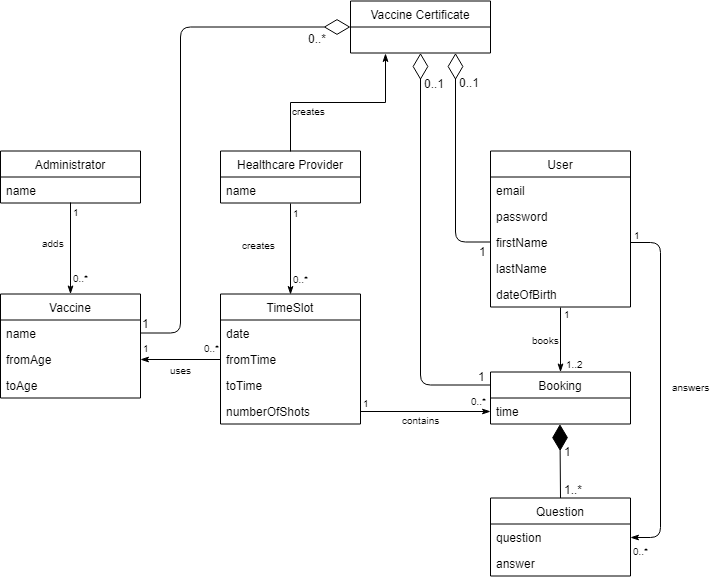
Earlier version of the draw.io export docs/report src/class diagram.png (SWEN900072021/SDA8-Covid-Vaccine-Reservation). Source tidied: cells renumbered, new cells last; positions are measured from the earlier drawing's top-left corner, leaving out a move shared by most shapes.
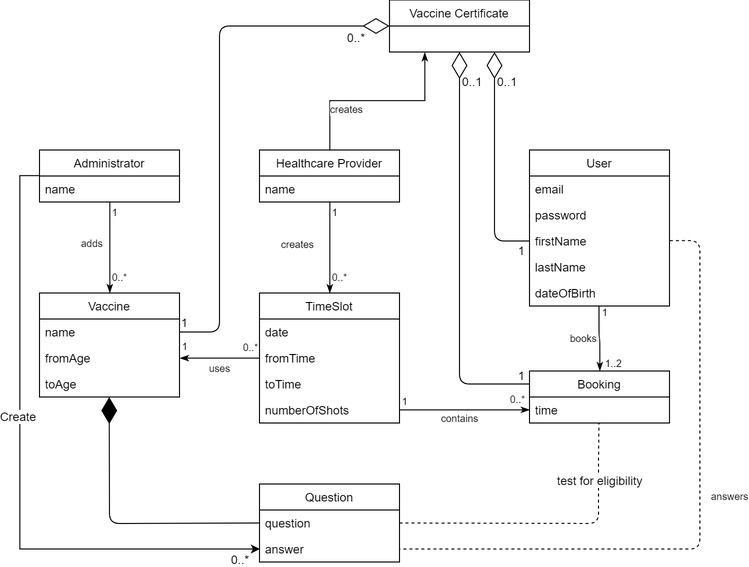
Later version of the same file.

Commit message:
update domain model

Diff of the diagram source:
```diff
@@ -2,6 +2,17 @@
   <root>
     <mxCell id="0" />
     <mxCell id="1" parent="0" />
+    <mxCell id="63" style="edgeStyle=orthogonalEdgeStyle;rounded=0;jettySize=auto;html=1;exitX=0;exitY=0.5;exitDx=0;exitDy=0;entryX=0;entryY=0.5;entryDx=0;entryDy=0;" parent="1" edge="1" source="2" target="27">
+      <mxGeometry relative="1" as="geometry" />
+    </mxCell>
+    <mxCell id="64" value="Create" style="text;html=1;align=center;verticalAlign=middle;labelBackgroundColor=#ffffff;" parent="63" vertex="1">
+      <mxGeometry x="-0.18" y="-2" relative="1" as="geometry" />
+    </mxCell>
+    <mxCell id="44" value="0..*" style="text;html=1;align=center;verticalAlign=middle;labelBackgroundColor=#ffffff;" parent="63" vertex="1">
+      <mxGeometry x="0.91" y="1" relative="1" as="geometry">
+        <mxPoint x="7.5" y="11.5" as="offset" />
+      </mxGeometry>
+    </mxCell>
     <mxCell id="2" value="Administrator" style="swimlane;fontStyle=0;horizontal=1;startSize=26;fillColor=none;" parent="1" vertex="1">
       <mxGeometry y="150.5" width="140" height="52" as="geometry" />
     </mxCell>
@@ -74,7 +85,7 @@
       <mxGeometry y="26" width="140" height="26" as="geometry" />
     </mxCell>
     <mxCell id="25" value="Question" style="swimlane;fontStyle=0;horizontal=1;startSize=26;fillColor=none;" parent="1" vertex="1">
-      <mxGeometry x="490" y="497.5" width="140" height="78" as="geometry" />
+      <mxGeometry x="220" y="484.5" width="140" height="78" as="geometry" />
     </mxCell>
     <mxCell id="26" value="question" style="text;strokeColor=none;fillColor=none;align=left;verticalAlign=top;spacingLeft=4;spacingRight=4;overflow=hidden;points=[[0,0.5],[1,0.5]];portConstraint=eastwest;" parent="25" vertex="1">
       <mxGeometry y="26" width="140" height="26" as="geometry" />
@@ -144,42 +155,32 @@
         <mxPoint x="-16" y="5.5" as="offset" />
       </mxGeometry>
     </mxCell>
-    <mxCell id="42" style="endArrow=classicThin;endFill=1;html=1;edgeStyle=orthogonalEdgeStyle;align=left;verticalAlign=top;exitX=1;exitY=0.5;exitDx=0;exitDy=0;" parent="1" edge="1" source="7" target="26">
+    <mxCell id="42" style="endArrow=none;endFill=0;html=1;edgeStyle=orthogonalEdgeStyle;align=left;verticalAlign=top;exitX=1;exitY=0.5;exitDx=0;exitDy=0;entryX=1;entryY=0.5;entryDx=0;entryDy=0;dashed=1;" parent="1" edge="1" source="7" target="27">
       <mxGeometry y="12" relative="1" as="geometry">
         <Array as="points">
-          <mxPoint x="660" y="241.5" />
-          <mxPoint x="660" y="536.5" />
+          <mxPoint x="660" y="241" />
+          <mxPoint x="660" y="550" />
         </Array>
       </mxGeometry>
     </mxCell>
-    <mxCell id="43" value="1" style="html=1;align=left;verticalAlign=bottom;labelBackgroundColor=#ffffff;fontSize=10;" parent="42" vertex="1">
-      <mxGeometry x="-1" relative="1" as="geometry">
-        <mxPoint x="1" y="1" as="offset" />
-      </mxGeometry>
-    </mxCell>
-    <mxCell id="44" value="&lt;font size=&quot;1&quot;&gt;0..*&lt;/font&gt;" style="text;html=1;align=center;verticalAlign=middle;labelBackgroundColor=#ffffff;" parent="42" vertex="1">
-      <mxGeometry x="0.66" y="1" relative="1" as="geometry">
-        <mxPoint x="-21" y="43" as="offset" />
-      </mxGeometry>
-    </mxCell>
     <mxCell id="45" value="&lt;span style=&quot;font-size: 10px&quot;&gt;answers&lt;/span&gt;" style="text;html=1;align=center;verticalAlign=middle;labelBackgroundColor=#ffffff;" parent="42" vertex="1">
       <mxGeometry x="-0.21" y="1" relative="1" as="geometry">
         <mxPoint x="29" y="32" as="offset" />
       </mxGeometry>
     </mxCell>
-    <mxCell id="46" style="endArrow=diamondThin;endFill=1;endSize=24;html=1;exitX=0.5;exitY=0;exitDx=0;exitDy=0;entryX=0.496;entryY=1.005;entryDx=0;entryDy=0;entryPerimeter=0;" parent="1" edge="1" source="25" target="24">
-      <mxGeometry relative="1" as="geometry" />
+    <mxCell id="46" style="endArrow=none;endFill=0;endSize=24;html=1;exitX=1;exitY=0.5;exitDx=0;exitDy=0;entryX=0.496;entryY=1.005;entryDx=0;entryDy=0;entryPerimeter=0;dashed=1;" parent="1" edge="1" source="26" target="24">
+      <mxGeometry relative="1" as="geometry">
+        <Array as="points">
+          <mxPoint x="559" y="524" />
+          <mxPoint x="559" y="460" />
+        </Array>
+      </mxGeometry>
     </mxCell>
-    <mxCell id="47" value="1..*" style="text;html=1;align=center;verticalAlign=middle;labelBackgroundColor=#ffffff;" parent="46" vertex="1">
-      <mxGeometry x="-0.7" relative="1" as="geometry">
-        <mxPoint x="13" y="2" as="offset" />
-      </mxGeometry>
-    </mxCell>
-    <mxCell id="48" value="1" style="text;html=1;align=center;verticalAlign=middle;labelBackgroundColor=#ffffff;" parent="46" vertex="1">
-      <mxGeometry x="-0.24" y="-2" relative="1" as="geometry">
-        <mxPoint x="5" y="-19" as="offset" />
-      </mxGeometry>
-    </mxCell>
+    <mxCell id="65" value="test for eligibility" style="text;html=1;align=center;verticalAlign=middle;labelBackgroundColor=#ffffff;" parent="46" vertex="1">
+      <mxGeometry x="0.69" y="-2" relative="1" as="geometry">
+        <mxPoint x="-1" y="10" as="offset" />
+      </mxGeometry>
+    </mxCell>
     <mxCell id="49" style="endArrow=classicThin;endFill=1;html=1;edgeStyle=orthogonalEdgeStyle;align=left;verticalAlign=top;exitX=1;exitY=0.5;exitDx=0;exitDy=0;entryX=0;entryY=0.5;entryDx=0;entryDy=0;" parent="1" edge="1" source="22" target="24">
       <mxGeometry y="12" relative="1" as="geometry" />
     </mxCell>
@@ -251,5 +252,12 @@
         <mxPoint x="-7" y="-8" as="offset" />
       </mxGeometry>
     </mxCell>
+    <mxCell id="66" style="endArrow=diamondThin;endFill=1;endSize=24;html=1;exitX=0;exitY=0.5;exitDx=0;exitDy=0;entryX=0.498;entryY=1.003;entryDx=0;entryDy=0;entryPerimeter=0;" parent="1" edge="1" source="26" target="17">
+      <mxGeometry relative="1" as="geometry">
+        <Array as="points">
+          <mxPoint x="70" y="524" />
+        </Array>
+      </mxGeometry>
+    </mxCell>
   </root>
 </mxGraphModel>
```
